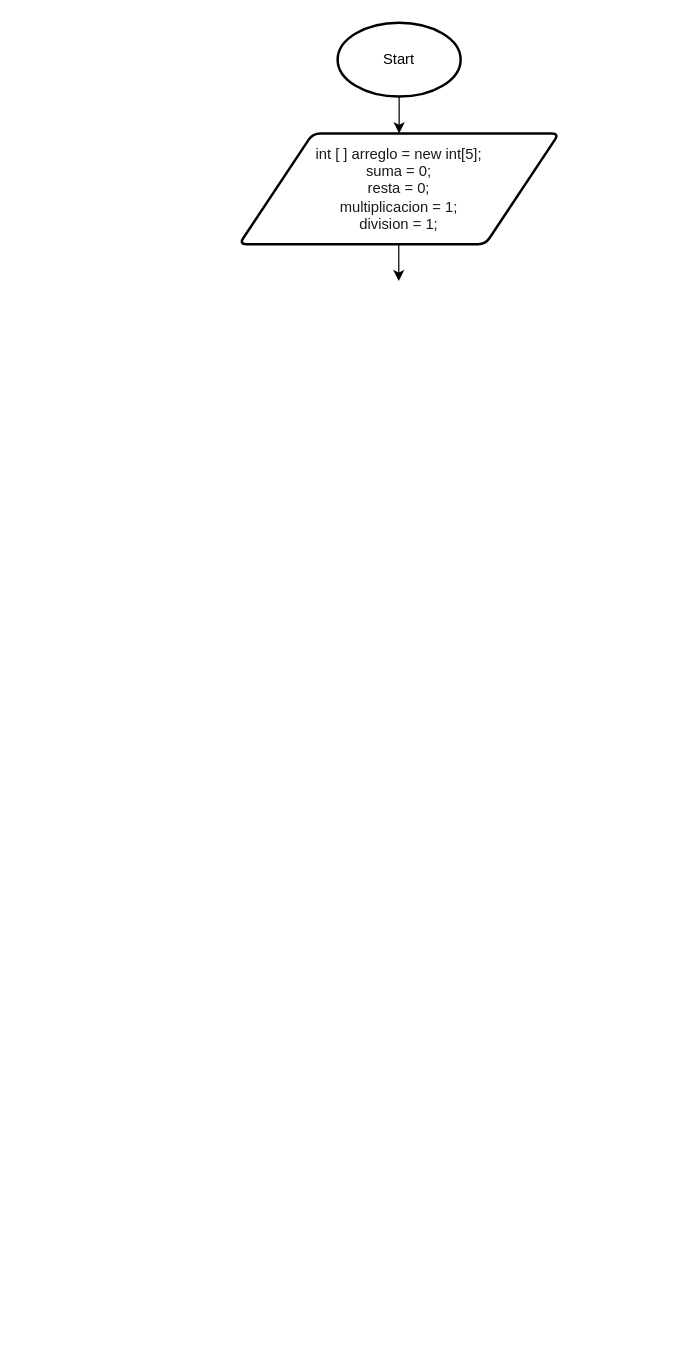
AnthonyLozadaAlexander/DiagramaDeFlujos keeps this draw.io diagram as Arreglos_Operaciones.drawio. Above is the earlier version. Source tidied: cells renumbered, new cells numbered last; positions are measured from the earlier drawing's top-left corner, leaving out a move shared by most shapes. Both pictures are drawn from the tidied source at 123%, with x=0, y=0 at pixel (239, 22).
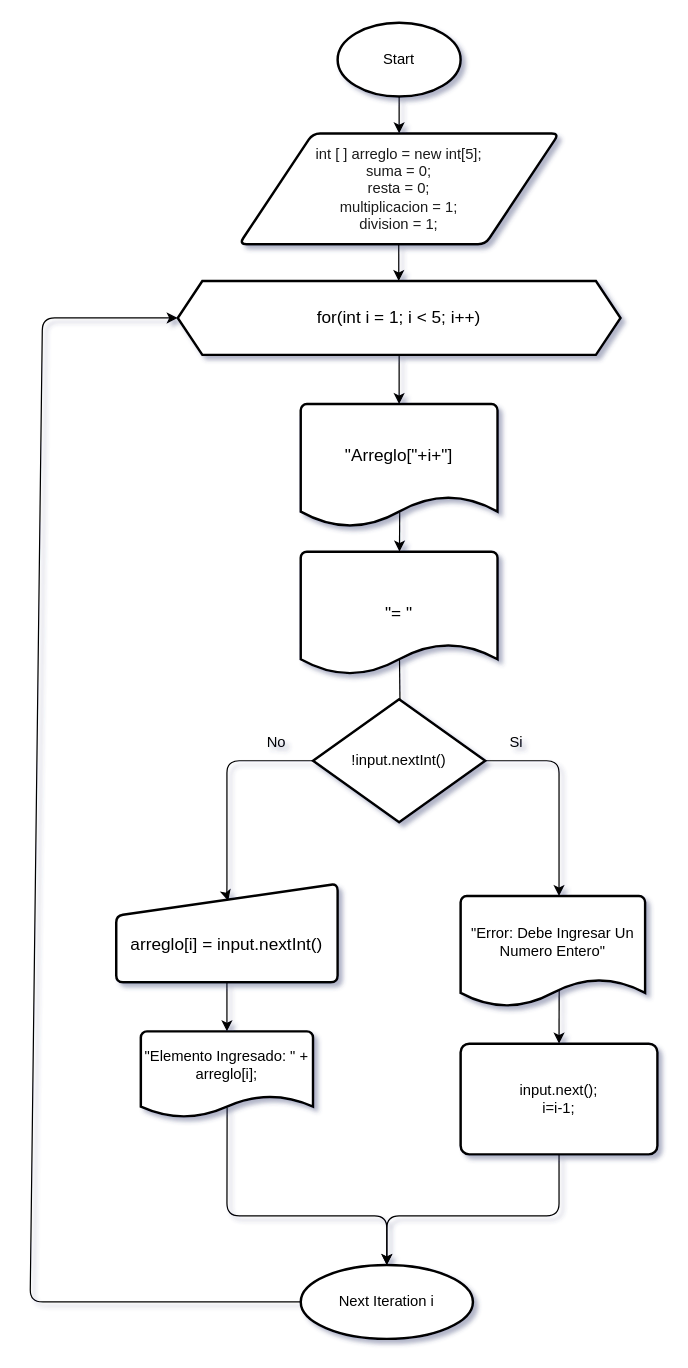
The same diagram, later.

Commit message:
Actualizar diagrama de flujo para agregar lógica de entrada y salida de elementos en un arreglo, mejorando la estructura y visualización del proceso.

Diff of the diagram source:
```diff
@@
-<mxGraphModel>
+<mxGraphModel shadow="1">
@@
+    <mxCell id="6" value="for(int i = 1; i &amp;lt; 5; i++)" style="shape=hexagon;perimeter=hexagonPerimeter2;whiteSpace=wrap;html=1;fixedSize=1;fontSize=14;strokeWidth=2;" parent="1" vertex="1">
+      <mxGeometry x="-50" y="210" width="360" height="60" as="geometry" />
+    </mxCell>
+    <mxCell id="7" style="edgeStyle=none;html=1;exitX=0.503;exitY=0.881;exitDx=0;exitDy=0;exitPerimeter=0;" parent="1" edge="1" source="8" target="11">
+      <mxGeometry relative="1" as="geometry" />
+    </mxCell>
+    <mxCell id="8" value="&quot;Arreglo[&quot;+i+&quot;]&lt;div&gt;&lt;br&gt;&lt;/div&gt;" style="strokeWidth=2;html=1;shape=mxgraph.flowchart.document2;whiteSpace=wrap;size=0.25;fontSize=14;" parent="1" vertex="1">
+      <mxGeometry x="50" y="310" width="160" height="100" as="geometry" />
+    </mxCell>
+    <mxCell id="9" style="edgeStyle=none;html=1;entryX=0.5;entryY=0;entryDx=0;entryDy=0;entryPerimeter=0;" parent="1" edge="1" source="6" target="8">
+      <mxGeometry relative="1" as="geometry" />
+    </mxCell>
+    <mxCell id="10" style="edgeStyle=none;html=1;exitX=0;exitY=0.5;exitDx=0;exitDy=0;exitPerimeter=0;entryX=0.506;entryY=0.174;entryDx=0;entryDy=0;entryPerimeter=0;" parent="1" edge="1" source="15" target="12">
+      <mxGeometry relative="1" as="geometry">
+        <Array as="points">
+          <mxPoint x="-10" y="600" />
+          <mxPoint x="-10" y="710" />
+        </Array>
+      </mxGeometry>
+    </mxCell>
+    <mxCell id="11" value="&lt;div&gt;&quot;= &quot;&lt;/div&gt;" style="strokeWidth=2;html=1;shape=mxgraph.flowchart.document2;whiteSpace=wrap;size=0.25;fontSize=14;" parent="1" vertex="1">
+      <mxGeometry x="50" y="430" width="160" height="100" as="geometry" />
+    </mxCell>
+    <mxCell id="12" value="&lt;div&gt;&lt;br&gt;&lt;/div&gt;arreglo[i] = input.nextInt()" style="whiteSpace=wrap;html=1;fontSize=14;strokeWidth=2;shape=manualInput;rounded=1;size=26;arcSize=11;" parent="1" vertex="1">
+      <mxGeometry x="-100" y="700" width="180" height="80" as="geometry" />
+    </mxCell>
+    <mxCell id="13" style="edgeStyle=none;html=1;exitX=0.502;exitY=0.876;exitDx=0;exitDy=0;exitPerimeter=0;entryX=0.506;entryY=0.174;entryDx=0;entryDy=0;entryPerimeter=0;" parent="1" edge="1" source="11" target="15">
+      <mxGeometry relative="1" as="geometry" />
+    </mxCell>
+    <mxCell id="14" style="edgeStyle=none;html=1;exitX=1;exitY=0.5;exitDx=0;exitDy=0;exitPerimeter=0;" parent="1" edge="1" source="15">
+      <mxGeometry relative="1" as="geometry">
+        <mxPoint x="260" y="710" as="targetPoint" />
+        <Array as="points">
+          <mxPoint x="260" y="600" />
+        </Array>
+      </mxGeometry>
+    </mxCell>
+    <mxCell id="15" value="!input.nextInt()" style="strokeWidth=2;html=1;shape=mxgraph.flowchart.decision;whiteSpace=wrap;" parent="1" vertex="1">
+      <mxGeometry x="60" y="550" width="140" height="100" as="geometry" />
+    </mxCell>
+    <mxCell id="16" value="No" style="text;html=1;align=center;verticalAlign=middle;strokeColor=none;fillColor=none;" parent="1" vertex="1">
+      <mxGeometry x="10" y="570" width="40" height="30" as="geometry" />
+    </mxCell>
+    <mxCell id="17" value="Si" style="text;html=1;align=center;verticalAlign=middle;strokeColor=none;fillColor=none;" parent="1" vertex="1">
+      <mxGeometry x="210" y="570" width="30" height="30" as="geometry" />
+    </mxCell>
+    <mxCell id="18" value="&quot;Error: Debe Ingresar Un Numero Entero&quot;&lt;div&gt;&lt;br&gt;&lt;/div&gt;" style="strokeWidth=2;html=1;shape=mxgraph.flowchart.document2;whiteSpace=wrap;size=0.25;" parent="1" vertex="1">
+      <mxGeometry x="180" y="710" width="150" height="90" as="geometry" />
+    </mxCell>
+    <mxCell id="19" value="input.next();&lt;div&gt;i=i-1;&lt;/div&gt;" style="rounded=1;whiteSpace=wrap;html=1;absoluteArcSize=1;arcSize=14;strokeWidth=2;" parent="1" vertex="1">
+      <mxGeometry x="180" y="830" width="160" height="90" as="geometry" />
+    </mxCell>
+    <mxCell id="20" style="edgeStyle=none;jettySize=auto;html=1;exitX=0.534;exitY=0.85;exitDx=0;exitDy=0;exitPerimeter=0;entryX=0.5;entryY=0;entryDx=0;entryDy=0;" parent="1" edge="1" source="18" target="19">
+      <mxGeometry relative="1" as="geometry" />
+    </mxCell>
+    <mxCell id="21" style="edgeStyle=none;html=1;exitX=0.501;exitY=0.883;exitDx=0;exitDy=0;exitPerimeter=0;entryX=0.5;entryY=0;entryDx=0;entryDy=0;entryPerimeter=0;" parent="1" edge="1" source="22" target="25">
+      <mxGeometry relative="1" as="geometry">
+        <Array as="points">
+          <mxPoint x="-10" y="970" />
+          <mxPoint x="120" y="970" />
+        </Array>
+      </mxGeometry>
+    </mxCell>
+    <mxCell id="22" value="&quot;Elemento Ingresado: &quot; + arreglo[i];&lt;div&gt;&lt;br&gt;&lt;/div&gt;" style="strokeWidth=2;html=1;shape=mxgraph.flowchart.document2;whiteSpace=wrap;size=0.25;" parent="1" vertex="1">
+      <mxGeometry x="-80" y="820" width="140" height="70" as="geometry" />
+    </mxCell>
+    <mxCell id="23" style="edgeStyle=none;html=1;entryX=0.5;entryY=0;entryDx=0;entryDy=0;entryPerimeter=0;" parent="1" edge="1" source="12" target="22">
+      <mxGeometry relative="1" as="geometry" />
+    </mxCell>
+    <mxCell id="24" style="edgeStyle=none;html=1;entryX=0;entryY=0.5;entryDx=0;entryDy=0;" parent="1" edge="1" source="25" target="6">
+      <mxGeometry relative="1" as="geometry">
+        <Array as="points">
+          <mxPoint x="-170" y="1040" />
+          <mxPoint x="-160" y="240" />
+        </Array>
+      </mxGeometry>
+    </mxCell>
+    <mxCell id="25" value="Next Iteration i" style="strokeWidth=2;html=1;shape=mxgraph.flowchart.start_1;whiteSpace=wrap;" parent="1" vertex="1">
+      <mxGeometry x="50" y="1010" width="140" height="60" as="geometry" />
+    </mxCell>
+    <mxCell id="26" style="edgeStyle=none;html=1;entryX=0.5;entryY=0;entryDx=0;entryDy=0;entryPerimeter=0;exitX=0.5;exitY=1;exitDx=0;exitDy=0;" parent="1" edge="1" source="19" target="25">
+      <mxGeometry relative="1" as="geometry">
+        <Array as="points">
+          <mxPoint x="260" y="970" />
+          <mxPoint x="120" y="970" />
+        </Array>
+      </mxGeometry>
+    </mxCell>
```
